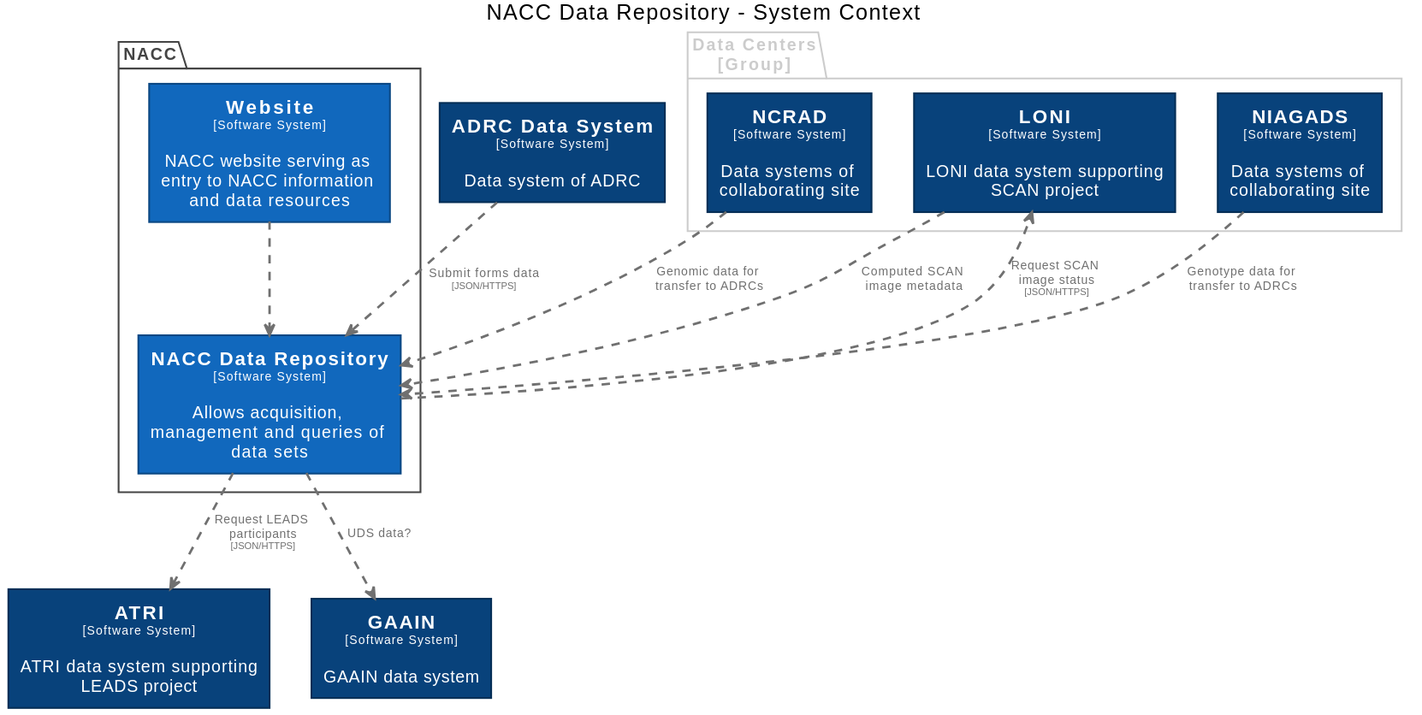
This is docs/images/structurizr-RepositoryContext.svg from naccdata/system-design, a PlantUML export, as it was before one commit.
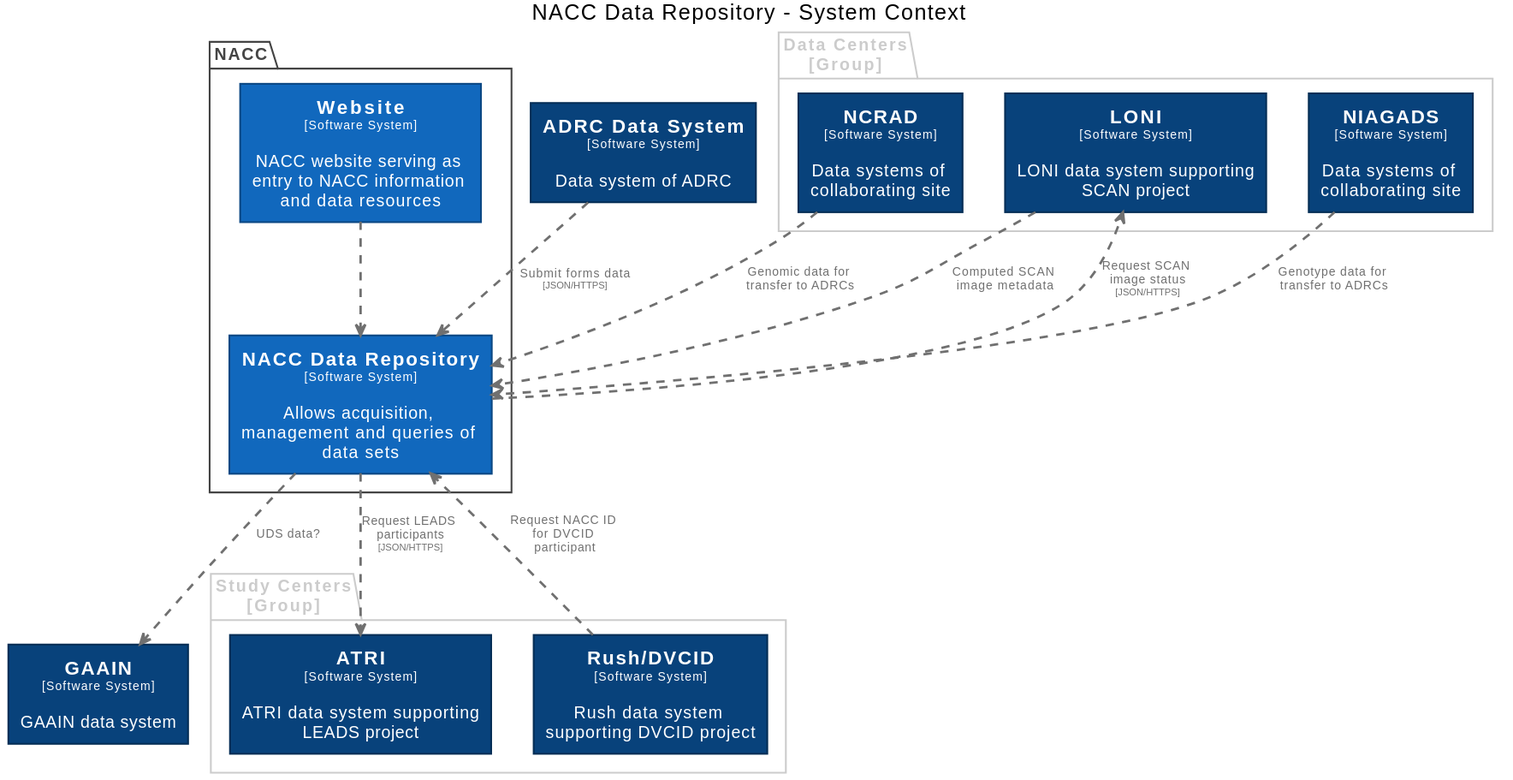
After the commit.

The edit, as a diff of the source:
```diff
@@ -48,6 +48,11 @@
   FontColor #ffffff
   BorderColor #052e56
 }
+skinparam rectangle<<RushDVCID>> {
+  BackgroundColor #08427b
+  FontColor #ffffff
+  BorderColor #052e56
+}
 skinparam rectangle<<Website>> {
   BackgroundColor #1168bd
   FontColor #ffffff
@@ -71,13 +76,21 @@
   rectangle "==LONI\n<size:10>[Software System]</size>\n\nLONI data system supporting SCAN project" <<LONI>> as LONI
 }
 
-rectangle "==ATRI\n<size:10>[Software System]</size>\n\nATRI data system supporting LEADS project" <<ATRI>> as ATRI
+package "Study Centers\n[Group]" <<group>> {
+  skinparam PackageBorderColor<<group>> #cccccc
+  skinparam PackageFontColor<<group>> #cccccc
+
+  rectangle "==ATRI\n<size:10>[Software System]</size>\n\nATRI data system supporting LEADS project" <<ATRI>> as ATRI
+  rectangle "==Rush/DVCID\n<size:10>[Software System]</size>\n\nRush data system supporting DVCID project" <<RushDVCID>> as RushDVCID
+}
+
 rectangle "==GAAIN\n<size:10>[Software System]</size>\n\nGAAIN data system" <<GAAIN>> as GAAIN
 rectangle "==ADRC Data System\n<size:10>[Software System]</size>\n\nData system of ADRC" <<ADRCDataSystem>> as ADRCDataSystem
 
 LONI .[#707070,thickness=2].> NACCDataRepository : "<color:#707070>Computed SCAN image metadata"
 NACCDataRepository .[#707070,thickness=2].> LONI : "<color:#707070>Request SCAN image status\n<color:#707070><size:8>[JSON/HTTPS]</size>"
 NACCDataRepository .[#707070,thickness=2].> ATRI : "<color:#707070>Request LEADS participants\n<color:#707070><size:8>[JSON/HTTPS]</size>"
+RushDVCID .[#707070,thickness=2].> NACCDataRepository : "<color:#707070>Request NACC ID for DVCID participant"
 NACCDataRepository .[#707070,thickness=2].> GAAIN : "<color:#707070>UDS data?"
 Website .[#707070,thickness=2].> NACCDataRepository : "<color:#707070>"
 ADRCDataSystem .[#707070,thickness=2].> NACCDataRepository : "<color:#707070>Submit forms data\n<color:#707070><size:8>[JSON/HTTPS]</size>"
```
